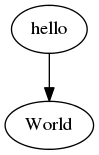
Before: graphviz/hello.png, a diagram exported from Graphviz (richardyao/misc). Its source is kept beside it as graphviz/hello.dot.
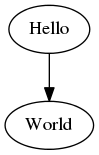
Above is the later version.

The edit, as a diff of the source:
```diff
@@ -1,3 +1,3 @@
-digraph G{
+digraph g {
     Hello -> World
 }
```
